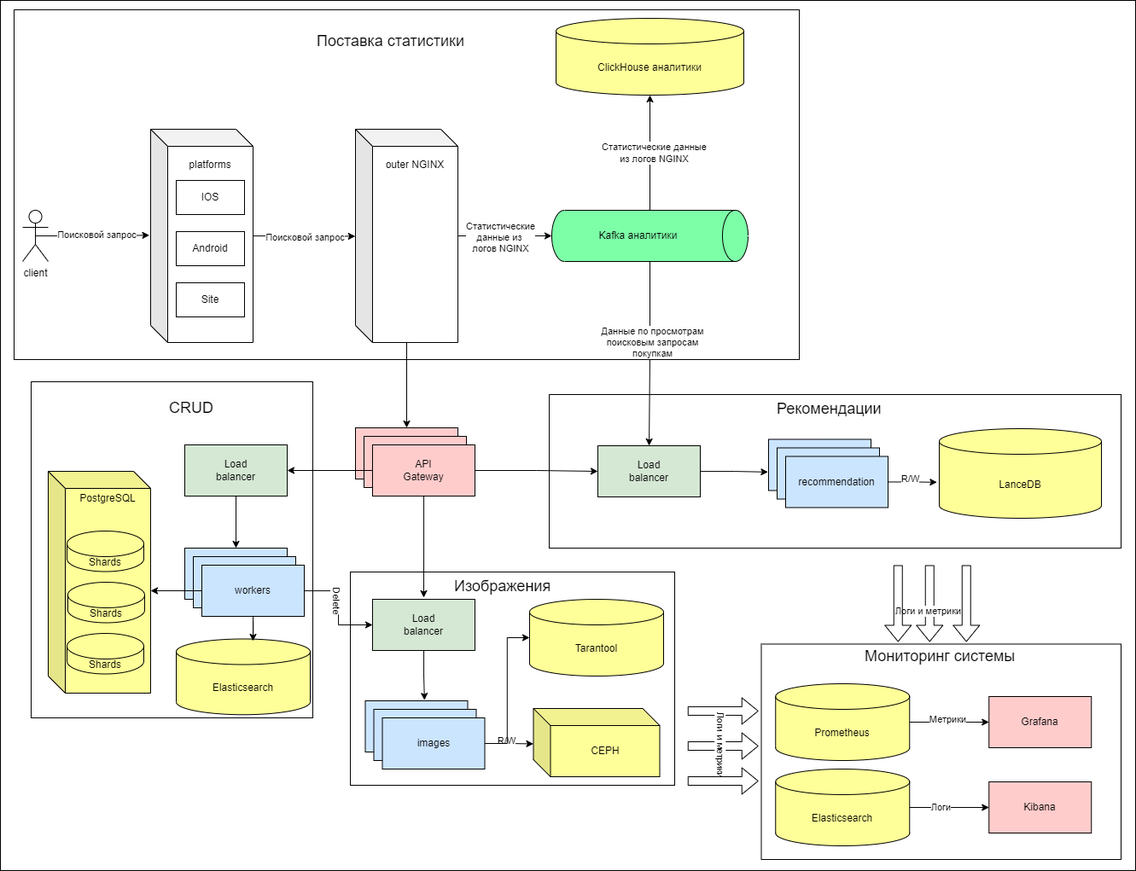
Above: src/avito_system.drawio.png in Max425/tp-highload-avito (draw.io), before the change. Source tidied: cells renumbered, new cells last; positions are measured from the earlier drawing's top-left corner, leaving out a move shared by most shapes.
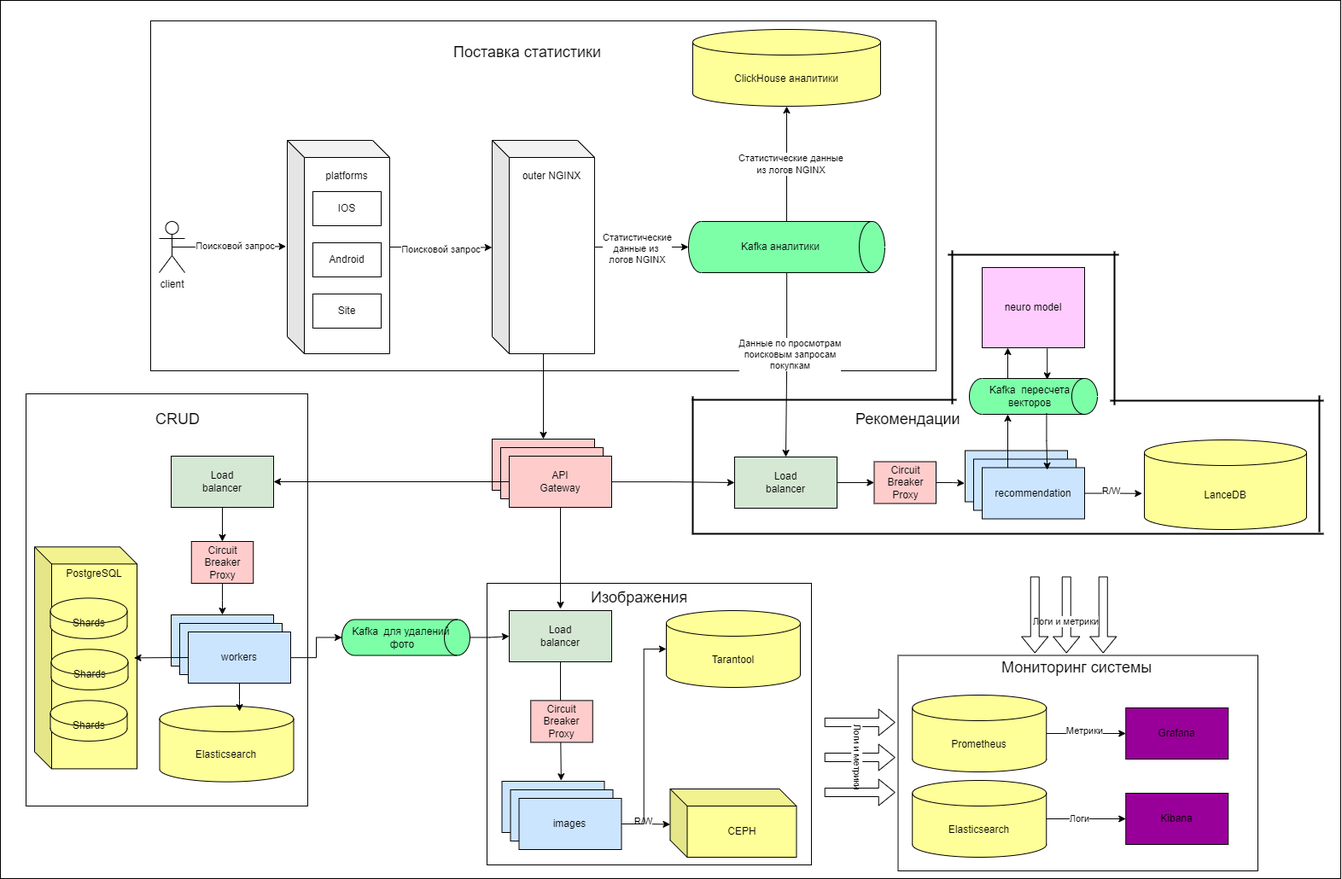
After the change.

Change to the diagram source:
```diff
@@ -3,23 +3,20 @@
     <mxCell id="0" />
     <mxCell id="1" parent="0" />
     <mxCell id="2" style="rounded=0;whiteSpace=wrap;html=1;" parent="1" vertex="1">
-      <mxGeometry width="1330" height="1020" as="geometry" />
+      <mxGeometry x="-160" y="-13" width="1570" height="1029" as="geometry" />
     </mxCell>
+    <mxCell id="7" style="rounded=0;whiteSpace=wrap;html=1;" parent="1" vertex="1">
+      <mxGeometry x="16" y="11" width="920" height="410" as="geometry" />
+    </mxCell>
     <mxCell id="3" style="rounded=0;whiteSpace=wrap;html=1;" parent="1" vertex="1">
-      <mxGeometry x="410" y="670" width="380" height="250" as="geometry" />
+      <mxGeometry x="410" y="670" width="380" height="330" as="geometry" />
     </mxCell>
     <mxCell id="4" style="rounded=0;whiteSpace=wrap;html=1;" parent="1" vertex="1">
       <mxGeometry x="891.5" y="754.5" width="421.5" height="252.5" as="geometry" />
     </mxCell>
     <mxCell id="5" style="rounded=0;whiteSpace=wrap;html=1;" parent="1" vertex="1">
-      <mxGeometry x="36" y="447" width="330" height="394" as="geometry" />
+      <mxGeometry x="-130" y="448" width="330" height="483" as="geometry" />
     </mxCell>
-    <mxCell id="6" style="rounded=0;whiteSpace=wrap;html=1;" parent="1" vertex="1">
-      <mxGeometry x="643" y="462" width="670" height="180" as="geometry" />
-    </mxCell>
-    <mxCell id="7" style="rounded=0;whiteSpace=wrap;html=1;" parent="1" vertex="1">
-      <mxGeometry x="16" y="11" width="920" height="410" as="geometry" />
-    </mxCell>
     <mxCell id="8" style="edgeStyle=orthogonalEdgeStyle;rounded=0;jettySize=auto;html=1;exitX=0.5;exitY=0.5;exitDx=0;exitDy=0;exitPerimeter=0;entryX=-0.012;entryY=0.497;entryDx=0;entryDy=0;entryPerimeter=0;" parent="1" edge="1" source="10" target="13">
       <mxGeometry relative="1" as="geometry" />
     </mxCell>
@@ -84,23 +81,26 @@
     <mxCell id="27" value="&lt;font style=&quot;font-size: 18px;&quot;&gt;Поставка статистики&lt;/font&gt;" style="text;whiteSpace=wrap;html=1;" parent="1" vertex="1">
       <mxGeometry x="368.5" y="31" width="200" height="40" as="geometry" />
     </mxCell>
-    <mxCell id="28" style="edgeStyle=orthogonalEdgeStyle;rounded=0;jettySize=auto;html=1;entryX=-0.005;entryY=0.639;entryDx=0;entryDy=0;entryPerimeter=0;" parent="1" edge="1" source="29" target="30">
+    <mxCell id="28" style="edgeStyle=orthogonalEdgeStyle;rounded=0;jettySize=auto;html=1;entryX=-0.005;entryY=0.639;entryDx=0;entryDy=0;entryPerimeter=0;" parent="1" edge="1" source="87" target="30">
       <mxGeometry relative="1" as="geometry" />
     </mxCell>
+    <mxCell id="86" style="edgeStyle=orthogonalEdgeStyle;rounded=0;jettySize=auto;html=1;entryX=0;entryY=0.5;entryDx=0;entryDy=0;" parent="1" edge="1" source="29" target="87">
+      <mxGeometry relative="1" as="geometry" />
+    </mxCell>
     <mxCell id="29" value="Load&lt;div&gt;balancer&lt;/div&gt;" style="rounded=0;whiteSpace=wrap;html=1;fillColor=#D5E8D4;" parent="1" vertex="1">
       <mxGeometry x="700" y="522" width="120" height="60" as="geometry" />
     </mxCell>
     <mxCell id="30" value="recommendation" style="rounded=0;whiteSpace=wrap;html=1;fillColor=#CCE5FF;" parent="1" vertex="1">
-      <mxGeometry x="900" y="514.5" width="120" height="60" as="geometry" />
+      <mxGeometry x="970" y="514.5" width="120" height="60" as="geometry" />
     </mxCell>
     <mxCell id="31" value="recommendation" style="rounded=0;whiteSpace=wrap;html=1;fillColor=#CCE5FF;" parent="1" vertex="1">
-      <mxGeometry x="910" y="524.5" width="120" height="60" as="geometry" />
+      <mxGeometry x="980" y="524.5" width="120" height="60" as="geometry" />
     </mxCell>
     <mxCell id="32" value="recommendation" style="rounded=0;whiteSpace=wrap;html=1;fillColor=#CCE5FF;" parent="1" vertex="1">
-      <mxGeometry x="920" y="534.5" width="120" height="60" as="geometry" />
+      <mxGeometry x="990" y="534.5" width="120" height="60" as="geometry" />
     </mxCell>
     <mxCell id="33" value="LanceDB" style="shape=cylinder3;whiteSpace=wrap;html=1;boundedLbl=1;backgroundOutline=1;size=15;fillColor=#FFFF99;" parent="1" vertex="1">
-      <mxGeometry x="1100" y="502" width="190" height="105" as="geometry" />
+      <mxGeometry x="1180" y="502" width="190" height="105" as="geometry" />
     </mxCell>
     <mxCell id="34" style="edgeStyle=orthogonalEdgeStyle;rounded=0;jettySize=auto;html=1;entryX=-0.014;entryY=0.598;entryDx=0;entryDy=0;entryPerimeter=0;" parent="1" edge="1" source="32" target="33">
       <mxGeometry relative="1" as="geometry" />
@@ -111,10 +111,10 @@
       </mxGeometry>
     </mxCell>
     <mxCell id="36" value="&lt;font style=&quot;font-size: 18px;&quot;&gt;Рекомендации&lt;/font&gt;" style="text;whiteSpace=wrap;html=1;" parent="1" vertex="1">
-      <mxGeometry x="908" y="462" width="140" height="40" as="geometry" />
+      <mxGeometry x="840" y="461" width="140" height="40" as="geometry" />
     </mxCell>
     <mxCell id="37" value="Elasticsearch" style="shape=cylinder3;whiteSpace=wrap;html=1;boundedLbl=1;backgroundOutline=1;size=15;fillColor=#FFFF99;" parent="1" vertex="1">
-      <mxGeometry x="206" y="748.5" width="157" height="88.8" as="geometry" />
+      <mxGeometry x="26.5" y="813.9" width="157" height="88.8" as="geometry" />
     </mxCell>
     <mxCell id="38" value="API&lt;div&gt;Gateway&lt;/div&gt;" style="rounded=0;whiteSpace=wrap;html=1;fillColor=#FFCCCC;" parent="1" vertex="1">
       <mxGeometry x="416" y="501" width="120" height="60" as="geometry" />
@@ -125,7 +125,7 @@
     <mxCell id="40" style="edgeStyle=orthogonalEdgeStyle;rounded=0;jettySize=auto;html=1;entryX=0;entryY=0.5;entryDx=0;entryDy=0;" parent="1" edge="1" source="43" target="29">
       <mxGeometry relative="1" as="geometry" />
     </mxCell>
-    <mxCell id="41" style="edgeStyle=orthogonalEdgeStyle;rounded=0;jettySize=auto;html=1;" parent="1" edge="1" source="43">
+    <mxCell id="41" style="edgeStyle=orthogonalEdgeStyle;rounded=0;jettySize=auto;html=1;exitX=0.5;exitY=1;exitDx=0;exitDy=0;" parent="1" edge="1" source="43">
       <mxGeometry relative="1" as="geometry">
         <mxPoint x="496" y="700" as="targetPoint" />
       </mxGeometry>
@@ -137,34 +137,34 @@
       <mxGeometry x="436" y="521" width="120" height="60" as="geometry" />
     </mxCell>
     <mxCell id="44" value="&lt;div&gt;PostgreSQL&lt;br&gt;&lt;/div&gt;&lt;div&gt;&lt;br&gt;&lt;/div&gt;&lt;div&gt;&lt;br&gt;&lt;/div&gt;&lt;div&gt;&lt;br&gt;&lt;/div&gt;&lt;div&gt;&lt;br&gt;&lt;/div&gt;&lt;div&gt;&lt;br&gt;&lt;/div&gt;&lt;div&gt;&lt;br&gt;&lt;/div&gt;&lt;div&gt;&lt;br&gt;&lt;/div&gt;&lt;div&gt;&lt;br&gt;&lt;/div&gt;&lt;div&gt;&lt;br&gt;&lt;/div&gt;&lt;div&gt;&lt;br&gt;&lt;/div&gt;&lt;div&gt;&lt;br&gt;&lt;/div&gt;&lt;div&gt;&lt;br&gt;&lt;/div&gt;&lt;div&gt;&lt;br&gt;&lt;/div&gt;&lt;div&gt;&lt;br&gt;&lt;/div&gt;&lt;div&gt;&lt;br&gt;&lt;/div&gt;" style="shape=cube;whiteSpace=wrap;html=1;boundedLbl=1;backgroundOutline=1;darkOpacity=0.05;darkOpacity2=0.1;fillColor=#FFFF99;" parent="1" vertex="1">
-      <mxGeometry x="56" y="552" width="120" height="260" as="geometry" />
+      <mxGeometry x="-120" y="627.4" width="120" height="260" as="geometry" />
     </mxCell>
     <mxCell id="45" value="Shards" style="shape=cylinder3;whiteSpace=wrap;html=1;boundedLbl=1;backgroundOutline=1;size=15;fillColor=#FFFF99;" parent="1" vertex="1">
-      <mxGeometry x="78" y="622" width="90" height="47.5" as="geometry" />
+      <mxGeometry x="-101.5" y="687.4" width="90" height="47.5" as="geometry" />
     </mxCell>
     <mxCell id="46" value="Shards" style="shape=cylinder3;whiteSpace=wrap;html=1;boundedLbl=1;backgroundOutline=1;size=15;fillColor=#FFFF99;" parent="1" vertex="1">
-      <mxGeometry x="78" y="742" width="90" height="47.5" as="geometry" />
+      <mxGeometry x="-101.5" y="807.4" width="90" height="47.5" as="geometry" />
     </mxCell>
     <mxCell id="47" value="Shards" style="shape=cylinder3;whiteSpace=wrap;html=1;boundedLbl=1;backgroundOutline=1;size=15;fillColor=#FFFF99;" parent="1" vertex="1">
-      <mxGeometry x="79" y="682" width="90" height="47.5" as="geometry" />
+      <mxGeometry x="-100.5" y="747.4" width="90" height="47.5" as="geometry" />
     </mxCell>
-    <mxCell id="48" style="edgeStyle=orthogonalEdgeStyle;rounded=0;jettySize=auto;html=1;entryX=0.5;entryY=0;entryDx=0;entryDy=0;" parent="1" edge="1" source="49" target="50">
+    <mxCell id="48" style="edgeStyle=orthogonalEdgeStyle;rounded=0;jettySize=auto;html=1;entryX=0.5;entryY=0;entryDx=0;entryDy=0;" parent="1" edge="1" source="92" target="50">
       <mxGeometry relative="1" as="geometry" />
     </mxCell>
     <mxCell id="49" value="Load&lt;div&gt;balancer&lt;/div&gt;" style="rounded=0;whiteSpace=wrap;html=1;fillColor=#D5E8D4;" parent="1" vertex="1">
-      <mxGeometry x="216" y="521" width="120" height="60" as="geometry" />
+      <mxGeometry x="40" y="521" width="120" height="60" as="geometry" />
     </mxCell>
     <mxCell id="50" value="recommendation" style="rounded=0;whiteSpace=wrap;html=1;fillColor=#CCE5FF;" parent="1" vertex="1">
-      <mxGeometry x="216" y="642" width="120" height="60" as="geometry" />
+      <mxGeometry x="40" y="707" width="120" height="60" as="geometry" />
     </mxCell>
     <mxCell id="51" value="recommendation" style="rounded=0;whiteSpace=wrap;html=1;fillColor=#CCE5FF;" parent="1" vertex="1">
-      <mxGeometry x="226" y="652" width="120" height="60" as="geometry" />
+      <mxGeometry x="50" y="717" width="120" height="60" as="geometry" />
     </mxCell>
     <mxCell id="52" value="workers" style="rounded=0;whiteSpace=wrap;html=1;fillColor=#CCE5FF;" parent="1" vertex="1">
-      <mxGeometry x="236" y="662" width="120" height="60" as="geometry" />
+      <mxGeometry x="60" y="727" width="120" height="60" as="geometry" />
     </mxCell>
     <mxCell id="53" value="&lt;span style=&quot;color: rgb(0, 0, 0); font-family: Helvetica; font-size: 18px; font-style: normal; font-variant-ligatures: normal; font-variant-caps: normal; font-weight: 400; letter-spacing: normal; orphans: 2; text-align: left; text-indent: 0px; text-transform: none; widows: 2; word-spacing: 0px; -webkit-text-stroke-width: 0px; white-space: normal; background-color: rgb(251, 251, 251); text-decoration-thickness: initial; text-decoration-style: initial; text-decoration-color: initial; display: inline !important; float: none;&quot;&gt;CRUD&lt;/span&gt;" style="text;whiteSpace=wrap;html=1;" parent="1" vertex="1">
-      <mxGeometry x="196" y="461" width="58" height="50" as="geometry" />
+      <mxGeometry x="20" y="461" width="58" height="50" as="geometry" />
     </mxCell>
     <mxCell id="54" value="Tarantool" style="shape=cylinder3;whiteSpace=wrap;html=1;boundedLbl=1;backgroundOutline=1;size=15;fillColor=#FFFF99;" parent="1" vertex="1">
       <mxGeometry x="620" y="702" width="157" height="90" as="geometry" />
@@ -173,18 +173,12 @@
       <mxGeometry x="530" y="669.5" width="75" height="40" as="geometry" />
     </mxCell>
     <mxCell id="56" value="CEPH" style="shape=cube;whiteSpace=wrap;html=1;boundedLbl=1;backgroundOutline=1;darkOpacity=0.05;darkOpacity2=0.1;fillColor=#FFFF99;" parent="1" vertex="1">
-      <mxGeometry x="624.5" y="830" width="148" height="80" as="geometry" />
+      <mxGeometry x="624.5" y="911" width="148" height="80" as="geometry" />
     </mxCell>
-    <mxCell id="57" style="edgeStyle=orthogonalEdgeStyle;rounded=0;jettySize=auto;html=1;entryX=0;entryY=0.5;entryDx=0;entryDy=0;" parent="1" edge="1" source="52" target="78">
-      <mxGeometry relative="1" as="geometry" />
-    </mxCell>
-    <mxCell id="58" value="Delete" style="edgeLabel;html=1;align=center;verticalAlign=middle;rotation=90;" parent="57" vertex="1">
-      <mxGeometry x="-0.12" y="-1" relative="1" as="geometry" />
-    </mxCell>
-    <mxCell id="59" value="Grafana" style="rounded=0;whiteSpace=wrap;html=1;fillColor=#FFCCCC;" parent="1" vertex="1">
+    <mxCell id="59" value="Grafana" style="rounded=0;whiteSpace=wrap;html=1;fillColor=#990099;" parent="1" vertex="1">
       <mxGeometry x="1158.2" y="816" width="120" height="60" as="geometry" />
     </mxCell>
-    <mxCell id="60" value="Kibana" style="rounded=0;whiteSpace=wrap;html=1;fillColor=#FFCCCC;" parent="1" vertex="1">
+    <mxCell id="60" value="Kibana" style="rounded=0;whiteSpace=wrap;html=1;fillColor=#990099;" parent="1" vertex="1">
       <mxGeometry x="1158.2" y="916" width="120" height="60" as="geometry" />
     </mxCell>
     <mxCell id="61" style="edgeStyle=orthogonalEdgeStyle;rounded=0;jettySize=auto;html=1;entryX=0;entryY=0.5;entryDx=0;entryDy=0;" parent="1" edge="1" source="63" target="59">
@@ -250,27 +244,26 @@
     <mxCell id="75" value="&lt;font style=&quot;font-size: 18px;&quot;&gt;Мониторинг системы&lt;/font&gt;" style="text;whiteSpace=wrap;html=1;" parent="1" vertex="1">
       <mxGeometry x="1010.8" y="752" width="193" height="40" as="geometry" />
     </mxCell>
-    <mxCell id="76" style="edgeStyle=orthogonalEdgeStyle;rounded=0;jettySize=auto;html=1;entryX=0.573;entryY=0.028;entryDx=0;entryDy=0;entryPerimeter=0;" parent="1" edge="1" source="52" target="37">
-      <mxGeometry relative="1" as="geometry" />
-    </mxCell>
-    <mxCell id="77" style="edgeStyle=orthogonalEdgeStyle;rounded=0;jettySize=auto;html=1;exitX=0;exitY=0.5;exitDx=0;exitDy=0;entryX=0;entryY=0;entryDx=120;entryDy=140;entryPerimeter=0;" parent="1" edge="1" source="52" target="44">
-      <mxGeometry relative="1" as="geometry" />
+    <mxCell id="77" style="edgeStyle=orthogonalEdgeStyle;rounded=0;jettySize=auto;html=1;exitX=0;exitY=0.5;exitDx=0;exitDy=0;entryX=0;entryY=0;entryDx=120;entryDy=140;entryPerimeter=0;" parent="1" edge="1" source="52">
+      <mxGeometry relative="1" as="geometry">
+        <mxPoint x="-3.5" y="757.4" as="targetPoint" />
+      </mxGeometry>
     </mxCell>
     <mxCell id="78" value="Load&lt;div&gt;balancer&lt;/div&gt;" style="rounded=0;whiteSpace=wrap;html=1;fillColor=#D5E8D4;" parent="1" vertex="1">
       <mxGeometry x="436" y="702" width="120" height="60" as="geometry" />
     </mxCell>
     <mxCell id="79" value="recommendation" style="rounded=0;whiteSpace=wrap;html=1;fillColor=#CCE5FF;" parent="1" vertex="1">
-      <mxGeometry x="427.5" y="821" width="120" height="60" as="geometry" />
+      <mxGeometry x="427.5" y="902" width="120" height="60" as="geometry" />
     </mxCell>
     <mxCell id="80" value="recommendation" style="rounded=0;whiteSpace=wrap;html=1;fillColor=#CCE5FF;" parent="1" vertex="1">
-      <mxGeometry x="437.5" y="831" width="120" height="60" as="geometry" />
+      <mxGeometry x="437.5" y="912" width="120" height="60" as="geometry" />
     </mxCell>
     <mxCell id="81" value="images" style="rounded=0;whiteSpace=wrap;html=1;fillColor=#CCE5FF;" parent="1" vertex="1">
-      <mxGeometry x="447.5" y="841" width="120" height="60" as="geometry" />
+      <mxGeometry x="447.5" y="922" width="120" height="60" as="geometry" />
     </mxCell>
     <mxCell id="82" style="edgeStyle=orthogonalEdgeStyle;rounded=0;jettySize=auto;html=1;entryX=-0.014;entryY=0.598;entryDx=0;entryDy=0;entryPerimeter=0;" parent="1" edge="1" source="81">
       <mxGeometry relative="1" as="geometry">
-        <mxPoint x="624.5" y="871.5" as="targetPoint" />
+        <mxPoint x="624.5" y="952.5" as="targetPoint" />
       </mxGeometry>
     </mxCell>
     <mxCell id="83" value="R/W" style="edgeLabel;html=1;align=center;verticalAlign=middle;fillColor=#CCE5FF;" parent="82" vertex="1">
@@ -284,5 +277,71 @@
     <mxCell id="85" style="edgeStyle=orthogonalEdgeStyle;rounded=0;jettySize=auto;html=1;entryX=0.578;entryY=-0.013;entryDx=0;entryDy=0;entryPerimeter=0;" parent="1" edge="1" source="78" target="79">
       <mxGeometry relative="1" as="geometry" />
     </mxCell>
+    <mxCell id="87" value="Circuit Breaker&lt;br&gt;&lt;div&gt;Proxy&lt;/div&gt;" style="rounded=0;whiteSpace=wrap;html=1;fillColor=#FFCCCC;" parent="1" vertex="1">
+      <mxGeometry x="863.5" y="527.5" width="72.5" height="49" as="geometry" />
+    </mxCell>
+    <mxCell id="88" style="edgeStyle=orthogonalEdgeStyle;rounded=0;jettySize=auto;html=1;" parent="1" edge="1" source="89" target="78">
+      <mxGeometry relative="1" as="geometry" />
+    </mxCell>
+    <mxCell id="89" value="Kafka&amp;nbsp; для удалений&amp;nbsp; фото" style="shape=cylinder3;whiteSpace=wrap;html=1;boundedLbl=1;backgroundOutline=1;size=15;direction=south;fillColor=#7DFFA8;rotation=0;" parent="1" vertex="1">
+      <mxGeometry x="240" y="712.5" width="150" height="42" as="geometry" />
+    </mxCell>
+    <mxCell id="90" style="edgeStyle=orthogonalEdgeStyle;rounded=0;jettySize=auto;html=1;entryX=0.5;entryY=1;entryDx=0;entryDy=0;entryPerimeter=0;" parent="1" edge="1" source="52" target="89">
+      <mxGeometry relative="1" as="geometry" />
+    </mxCell>
+    <mxCell id="91" style="edgeStyle=orthogonalEdgeStyle;rounded=0;jettySize=auto;html=1;entryX=0.5;entryY=0;entryDx=0;entryDy=0;" parent="1" edge="1" source="49" target="92">
+      <mxGeometry relative="1" as="geometry" />
+    </mxCell>
+    <mxCell id="92" value="Circuit Breaker&lt;br&gt;&lt;div&gt;Proxy&lt;/div&gt;" style="rounded=0;whiteSpace=wrap;html=1;fillColor=#FFCCCC;" parent="1" vertex="1">
+      <mxGeometry x="63.8" y="621" width="72.5" height="49" as="geometry" />
+    </mxCell>
+    <mxCell id="76" style="edgeStyle=orthogonalEdgeStyle;rounded=0;jettySize=auto;html=1;entryX=0.596;entryY=0.069;entryDx=0;entryDy=0;entryPerimeter=0;" parent="1" edge="1" source="52" target="37">
+      <mxGeometry relative="1" as="geometry" />
+    </mxCell>
+    <mxCell id="93" value="Circuit Breaker&lt;br&gt;&lt;div&gt;Proxy&lt;/div&gt;" style="rounded=0;whiteSpace=wrap;html=1;fillColor=#FFCCCC;" parent="1" vertex="1">
+      <mxGeometry x="461.2" y="807.4" width="72.5" height="49" as="geometry" />
+    </mxCell>
+    <mxCell id="94" style="edgeStyle=orthogonalEdgeStyle;rounded=0;jettySize=auto;html=1;entryX=0.25;entryY=1;entryDx=0;entryDy=0;exitX=0;exitY=0;exitDx=0;exitDy=105;exitPerimeter=0;" parent="1" edge="1" source="95" target="96">
+      <mxGeometry relative="1" as="geometry" />
+    </mxCell>
+    <mxCell id="95" value="Kafka&amp;nbsp; пересчета векторов" style="shape=cylinder3;whiteSpace=wrap;html=1;boundedLbl=1;backgroundOutline=1;size=15;direction=south;fillColor=#7DFFA8;rotation=0;" parent="1" vertex="1">
+      <mxGeometry x="975" y="430" width="150" height="42" as="geometry" />
+    </mxCell>
+    <mxCell id="96" value="neuro model" style="rounded=0;whiteSpace=wrap;html=1;fillColor=#FFCCFF;" parent="1" vertex="1">
+      <mxGeometry x="990" y="300" width="120" height="94" as="geometry" />
+    </mxCell>
+    <mxCell id="97" style="edgeStyle=orthogonalEdgeStyle;rounded=0;jettySize=auto;html=1;entryX=1;entryY=0;entryDx=0;entryDy=105;entryPerimeter=0;exitX=0.25;exitY=0;exitDx=0;exitDy=0;" parent="1" edge="1" source="32" target="95">
+      <mxGeometry relative="1" as="geometry" />
+    </mxCell>
+    <mxCell id="98" style="edgeStyle=orthogonalEdgeStyle;rounded=0;jettySize=auto;html=1;exitX=0.635;exitY=1.01;exitDx=0;exitDy=0;exitPerimeter=0;entryX=0.033;entryY=0.392;entryDx=0;entryDy=0;entryPerimeter=0;" parent="1" edge="1" source="96" target="95">
+      <mxGeometry relative="1" as="geometry" />
+    </mxCell>
+    <mxCell id="99" style="edgeStyle=orthogonalEdgeStyle;rounded=0;jettySize=auto;html=1;entryX=0.635;entryY=0.042;entryDx=0;entryDy=0;entryPerimeter=0;exitX=0.967;exitY=0.397;exitDx=0;exitDy=0;exitPerimeter=0;" parent="1" edge="1" source="95" target="32">
+      <mxGeometry relative="1" as="geometry" />
+    </mxCell>
+    <mxCell id="100" style="line;strokeWidth=2;html=1;" parent="1" vertex="1">
+      <mxGeometry x="650" y="450" width="310" height="10" as="geometry" />
+    </mxCell>
+    <mxCell id="101" style="line;strokeWidth=2;html=1;direction=south;" parent="1" vertex="1">
+      <mxGeometry x="950" y="280" width="10" height="180" as="geometry" />
+    </mxCell>
+    <mxCell id="102" style="line;strokeWidth=2;html=1;direction=south;" parent="1" vertex="1">
+      <mxGeometry x="1140" y="281" width="10" height="180" as="geometry" />
+    </mxCell>
+    <mxCell id="103" style="line;strokeWidth=2;html=1;direction=west;" parent="1" vertex="1">
+      <mxGeometry x="950" y="280" width="200" height="10" as="geometry" />
+    </mxCell>
+    <mxCell id="104" style="line;strokeWidth=2;html=1;direction=west;" parent="1" vertex="1">
+      <mxGeometry x="1140" y="451" width="250" height="10" as="geometry" />
+    </mxCell>
+    <mxCell id="105" style="line;strokeWidth=2;html=1;" parent="1" vertex="1">
+      <mxGeometry x="650" y="607" width="740" height="10" as="geometry" />
+    </mxCell>
+    <mxCell id="106" style="line;strokeWidth=2;html=1;direction=south;" parent="1" vertex="1">
+      <mxGeometry x="1380" y="450" width="10" height="160" as="geometry" />
+    </mxCell>
+    <mxCell id="107" style="line;strokeWidth=2;html=1;direction=south;" parent="1" vertex="1">
+      <mxGeometry x="646" y="451" width="10" height="160" as="geometry" />
+    </mxCell>
   </root>
 </mxGraphModel>
```
